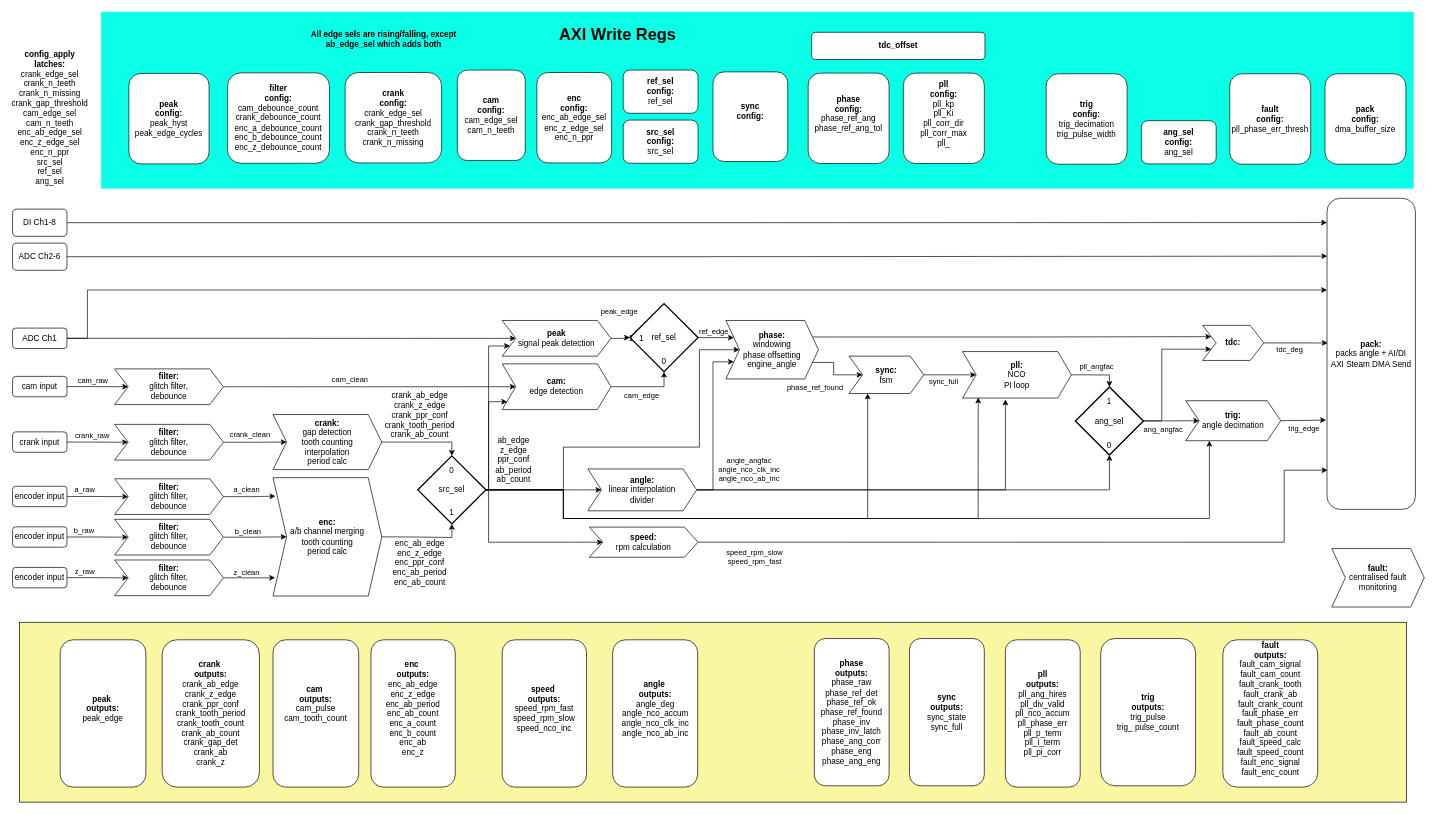
eddnshoulders/Angus keeps this draw.io diagram as docs/System Diagram.drawio. Above is the earlier version. Source tidied: cells renumbered, new cells numbered last; positions are measured from the earlier drawing's top-left corner, leaving out a move shared by most shapes. Both pictures are drawn from the tidied source at 68%, with x=0, y=0 at pixel (12, 12).
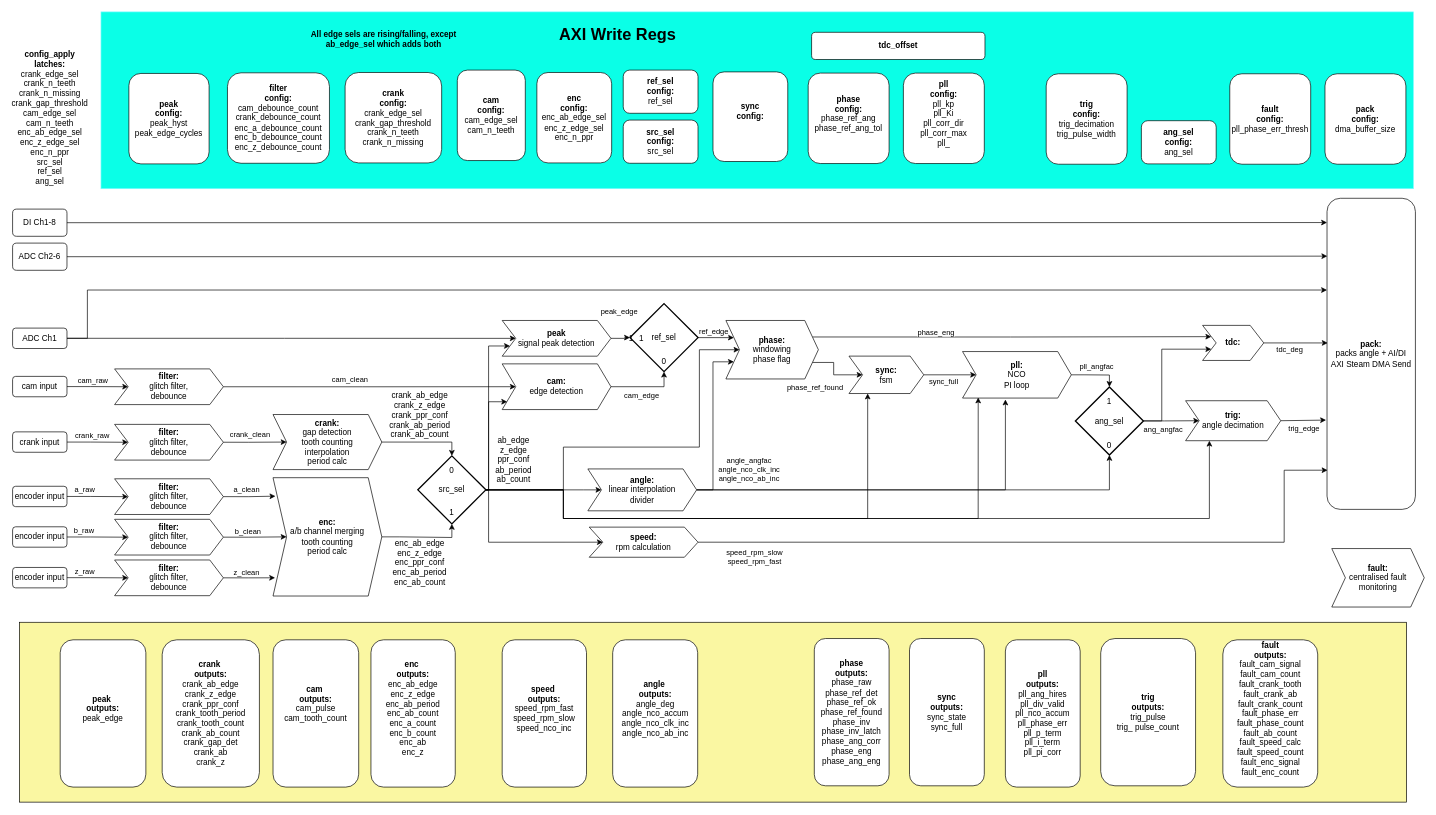
The same diagram, later.

The change refers to these unchanged cells:
```xml
<mxCell id="20" style="edgeStyle=orthogonalEdgeStyle;rounded=0;jettySize=auto;html=1;exitX=1;exitY=0.25;exitDx=0;exitDy=0;entryX=0;entryY=0.25;entryDx=0;entryDy=0;" parent="1" edge="1" source="21" target="128">
  <mxGeometry relative="1" as="geometry" />
</mxCell>
```

Diff of the diagram source:
```diff
@@
+    <mxCell id="132" value="phase_eng" style="edgeLabel;html=1;align=center;verticalAlign=middle;" parent="20" vertex="1">
+      <mxGeometry x="-0.4" relative="1" as="geometry">
+        <mxPoint x="5" y="-8" as="offset" />
+      </mxGeometry>
+    </mxCell>
-    <mxCell id="21" value="&lt;div&gt;&lt;b&gt;phase:&lt;/b&gt;&lt;/div&gt;&lt;div&gt;windowing&lt;br&gt;phase offsetting&lt;/div&gt;&lt;div&gt;engine_angle&lt;/div&gt;" style="shape=step;perimeter=stepPerimeter;whiteSpace=wrap;html=1;fixedSize=1;" parent="1" vertex="1">
+    <mxCell id="21" value="&lt;div&gt;&lt;b&gt;phase:&lt;/b&gt;&lt;/div&gt;&lt;div&gt;windowing&lt;br&gt;phase flag&lt;/div&gt;" style="shape=step;perimeter=stepPerimeter;whiteSpace=wrap;html=1;fixedSize=1;" parent="1" vertex="1">
       <mxGeometry x="1049" y="453.8" width="136" height="86" as="geometry" />
     </mxCell>
@@
-    <mxCell id="95" value="crank_ab_edge&lt;div&gt;&lt;span style=&quot;background-color: initial;&quot;&gt;crank_z_edge&lt;br&gt;&lt;/span&gt;&lt;div&gt;&lt;span style=&quot;background-color: initial;&quot;&gt;crank_ppr_conf&lt;/span&gt;&lt;/div&gt;&lt;div&gt;crank_tooth_period&lt;/div&gt;&lt;div&gt;&lt;span style=&quot;background-color: initial;&quot;&gt;crank_ab_count&lt;/span&gt;&lt;/div&gt;&lt;/div&gt;" style="text;html=1;align=center;verticalAlign=middle;whiteSpace=wrap;rounded=0;" parent="1" vertex="1">
+    <mxCell id="95" value="crank_ab_edge&lt;div&gt;&lt;span style=&quot;background-color: initial;&quot;&gt;crank_z_edge&lt;br&gt;&lt;/span&gt;&lt;div&gt;&lt;span style=&quot;background-color: initial;&quot;&gt;crank_ppr_conf&lt;/span&gt;&lt;/div&gt;&lt;div&gt;crank_ab_period&lt;/div&gt;&lt;div&gt;&lt;span style=&quot;background-color: initial;&quot;&gt;crank_ab_count&lt;/span&gt;&lt;/div&gt;&lt;/div&gt;" style="text;html=1;align=center;verticalAlign=middle;whiteSpace=wrap;rounded=0;" parent="1" vertex="1">
       <mxGeometry x="547" y="552.5" width="104" height="80" as="geometry" />
     </mxCell>
```
